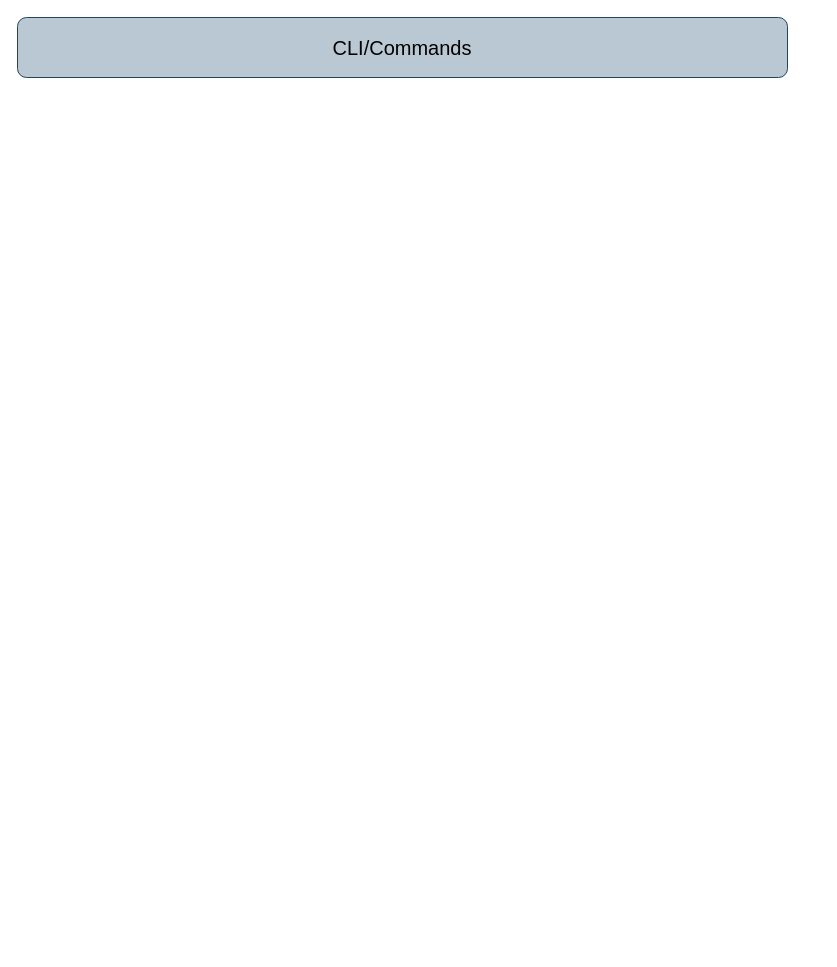
cdev-framework/cdev-sdk keeps this draw.io diagram as architecture/cdev_core.drawio. Above is the earlier version. Source tidied: cells renumbered, new cells numbered last; positions are measured from the earlier drawing's top-left corner, leaving out a move shared by most shapes. Both pictures are drawn from the tidied source at 100%, with x=0, y=0 at pixel (17, 17).
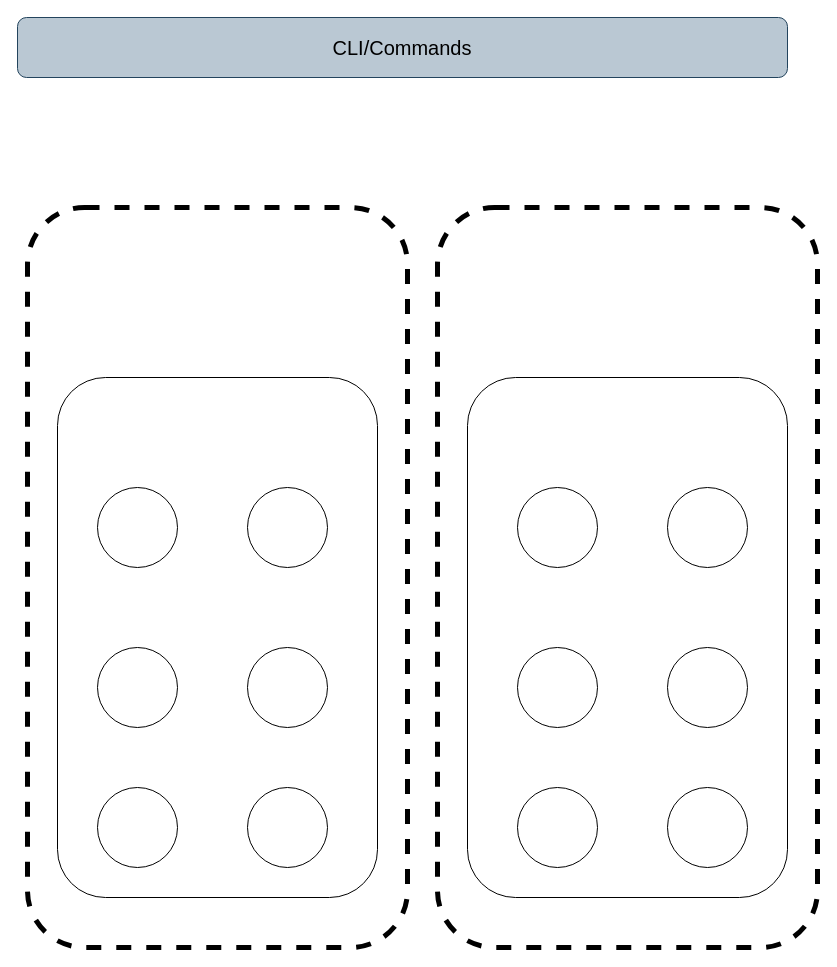
The same diagram, later.

Diff of the diagram source:
```diff
@@
 <mxGraphModel>
   <root>
     <mxCell id="0" />
     <mxCell id="1" parent="0" />
     <mxCell id="2" value="&lt;font style=&quot;font-size: 20px&quot;&gt;CLI/Commands&lt;/font&gt;" style="rounded=1;whiteSpace=wrap;html=1;verticalAlign=middle;fillColor=#bac8d3;strokeColor=#23445d;fontColor=#000000;" parent="1" vertex="1">
       <mxGeometry width="770" height="60" as="geometry" />
     </mxCell>
+    <mxCell id="3" style="rounded=1;whiteSpace=wrap;html=1;" parent="1" vertex="1">
+      <mxGeometry x="40" y="360" width="320" height="520" as="geometry" />
+    </mxCell>
+    <mxCell id="4" style="rounded=1;whiteSpace=wrap;html=1;" parent="1" vertex="1">
+      <mxGeometry x="450" y="360" width="320" height="520" as="geometry" />
+    </mxCell>
+    <mxCell id="5" style="rounded=1;whiteSpace=wrap;html=1;dashed=1;fillColor=none;strokeWidth=5;" parent="1" vertex="1">
+      <mxGeometry x="10" y="190" width="380" height="740" as="geometry" />
+    </mxCell>
+    <mxCell id="6" style="rounded=1;whiteSpace=wrap;html=1;dashed=1;fillColor=none;strokeWidth=5;" parent="1" vertex="1">
+      <mxGeometry x="420" y="190" width="380" height="740" as="geometry" />
+    </mxCell>
+    <mxCell id="7" style="ellipse;whiteSpace=wrap;html=1;strokeWidth=1;" parent="1" vertex="1">
+      <mxGeometry x="500" y="470" width="80" height="80" as="geometry" />
+    </mxCell>
+    <mxCell id="8" style="ellipse;whiteSpace=wrap;html=1;strokeWidth=1;" parent="1" vertex="1">
+      <mxGeometry x="650" y="470" width="80" height="80" as="geometry" />
+    </mxCell>
+    <mxCell id="9" style="ellipse;whiteSpace=wrap;html=1;strokeWidth=1;" parent="1" vertex="1">
+      <mxGeometry x="650" y="630" width="80" height="80" as="geometry" />
+    </mxCell>
+    <mxCell id="10" style="ellipse;whiteSpace=wrap;html=1;strokeWidth=1;" parent="1" vertex="1">
+      <mxGeometry x="500" y="630" width="80" height="80" as="geometry" />
+    </mxCell>
+    <mxCell id="11" style="ellipse;whiteSpace=wrap;html=1;strokeWidth=1;" parent="1" vertex="1">
+      <mxGeometry x="500" y="770" width="80" height="80" as="geometry" />
+    </mxCell>
+    <mxCell id="12" style="ellipse;whiteSpace=wrap;html=1;strokeWidth=1;" parent="1" vertex="1">
+      <mxGeometry x="650" y="770" width="80" height="80" as="geometry" />
+    </mxCell>
+    <mxCell id="13" style="ellipse;whiteSpace=wrap;html=1;strokeWidth=1;" parent="1" vertex="1">
+      <mxGeometry x="80" y="470" width="80" height="80" as="geometry" />
+    </mxCell>
+    <mxCell id="14" style="ellipse;whiteSpace=wrap;html=1;strokeWidth=1;" parent="1" vertex="1">
+      <mxGeometry x="230" y="470" width="80" height="80" as="geometry" />
+    </mxCell>
+    <mxCell id="15" style="ellipse;whiteSpace=wrap;html=1;strokeWidth=1;" parent="1" vertex="1">
+      <mxGeometry x="230" y="630" width="80" height="80" as="geometry" />
+    </mxCell>
+    <mxCell id="16" style="ellipse;whiteSpace=wrap;html=1;strokeWidth=1;" parent="1" vertex="1">
+      <mxGeometry x="80" y="630" width="80" height="80" as="geometry" />
+    </mxCell>
+    <mxCell id="17" style="ellipse;whiteSpace=wrap;html=1;strokeWidth=1;" parent="1" vertex="1">
+      <mxGeometry x="80" y="770" width="80" height="80" as="geometry" />
+    </mxCell>
+    <mxCell id="18" style="ellipse;whiteSpace=wrap;html=1;strokeWidth=1;" parent="1" vertex="1">
+      <mxGeometry x="230" y="770" width="80" height="80" as="geometry" />
+    </mxCell>
   </root>
 </mxGraphModel>
```
